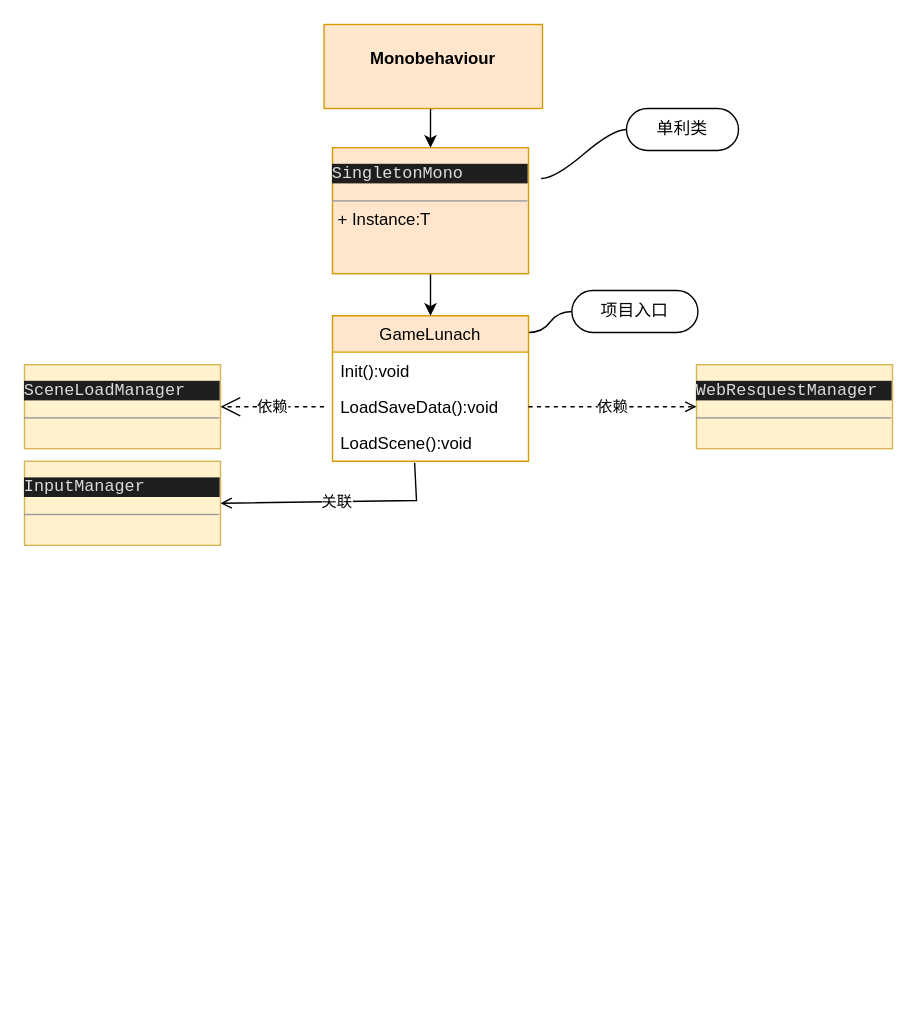
Earlier version of the draw.io diagram 未命名绘图.drawio (CXUI/DesignPattern). Source tidied: cells renumbered, new cells numbered last; positions are measured from the earlier drawing's top-left corner, leaving out a move shared by most shapes. Both pictures are drawn from the tidied source at 140%, with x=0, y=0 at pixel (24, 24).
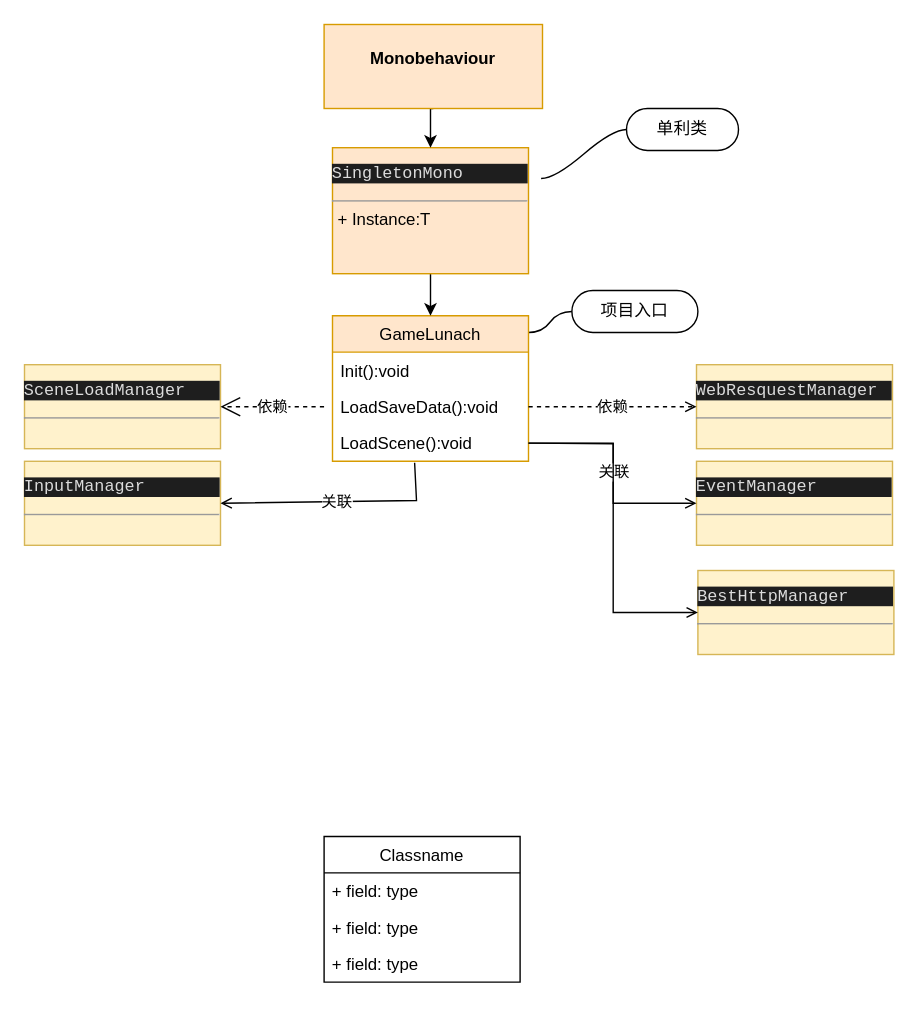
Above is the later version.

Commit message (it also covers changes not shown here):
更新未命名绘图.drawio

The change refers to these unchanged cells:
```xml
<mxCell id="7" value="LoadScene():void" style="text;strokeColor=none;fillColor=none;align=left;verticalAlign=top;spacingLeft=4;spacingRight=4;overflow=hidden;points=[[0,0.5],[1,0.5]];portConstraint=eastwest;" parent="4" vertex="1">
  <mxGeometry y="78" width="140" height="26" as="geometry" />
</mxCell>
```

Change to the diagram source:
```diff
@@
+    <mxCell id="20" value="&lt;pre style=&quot;background-color:#1e1e1e;color:#dcdcdc;font-family:'Consolas',monospace;font-size:9.0pt;&quot;&gt;EventManager&lt;/pre&gt;&lt;hr size=&quot;1&quot;&gt;&lt;div style=&quot;height:2px;&quot;&gt;&lt;/div&gt;" style="verticalAlign=top;align=left;overflow=fill;fontSize=12;fontFamily=Helvetica;html=1;labelBackgroundColor=none;fillColor=#fff2cc;strokeColor=#d6b656;" parent="1" vertex="1">
+      <mxGeometry x="480" y="312" width="140" height="60" as="geometry" />
+    </mxCell>
+    <mxCell id="21" value="关联" style="edgeStyle=orthogonalEdgeStyle;rounded=0;jettySize=auto;html=1;entryX=0;entryY=0.5;entryDx=0;entryDy=0;endArrow=open;endFill=0;" parent="1" edge="1" target="20">
+      <mxGeometry relative="1" as="geometry">
+        <mxPoint x="360" y="299" as="sourcePoint" />
+      </mxGeometry>
+    </mxCell>
+    <mxCell id="22" value="Classname" style="swimlane;fontStyle=0;horizontal=1;startSize=26;fillColor=none;labelBackgroundColor=none;" parent="1" vertex="1">
+      <mxGeometry x="214" y="580" width="140" height="104" as="geometry" />
+    </mxCell>
+    <mxCell id="23" value="+ field: type" style="text;strokeColor=none;fillColor=none;align=left;verticalAlign=top;spacingLeft=4;spacingRight=4;overflow=hidden;labelBackgroundColor=none;" parent="22" vertex="1">
+      <mxGeometry y="26" width="140" height="26" as="geometry" />
+    </mxCell>
+    <mxCell id="24" value="+ field: type" style="text;strokeColor=none;fillColor=none;align=left;verticalAlign=top;spacingLeft=4;spacingRight=4;overflow=hidden;labelBackgroundColor=none;" parent="22" vertex="1">
+      <mxGeometry y="52" width="140" height="26" as="geometry" />
+    </mxCell>
+    <mxCell id="25" value="+ field: type" style="text;strokeColor=none;fillColor=none;align=left;verticalAlign=top;spacingLeft=4;spacingRight=4;overflow=hidden;labelBackgroundColor=none;" parent="22" vertex="1">
+      <mxGeometry y="78" width="140" height="26" as="geometry" />
+    </mxCell>
+    <mxCell id="26" value="&lt;pre style=&quot;background-color:#1e1e1e;color:#dcdcdc;font-family:'Consolas',monospace;font-size:9.0pt;&quot;&gt;BestHttpManager&lt;/pre&gt;&lt;hr size=&quot;1&quot;&gt;&lt;div style=&quot;height:2px;&quot;&gt;&lt;/div&gt;" style="verticalAlign=top;align=left;overflow=fill;fontSize=12;fontFamily=Helvetica;html=1;labelBackgroundColor=none;fillColor=#fff2cc;strokeColor=#d6b656;" parent="1" vertex="1">
+      <mxGeometry x="481" y="390" width="140" height="60" as="geometry" />
+    </mxCell>
+    <mxCell id="27" style="edgeStyle=orthogonalEdgeStyle;rounded=0;jettySize=auto;html=1;exitX=1;exitY=0.5;exitDx=0;exitDy=0;entryX=0;entryY=0.5;entryDx=0;entryDy=0;endArrow=open;endFill=0;" parent="1" edge="1" source="7" target="26">
+      <mxGeometry relative="1" as="geometry" />
+    </mxCell>
```
